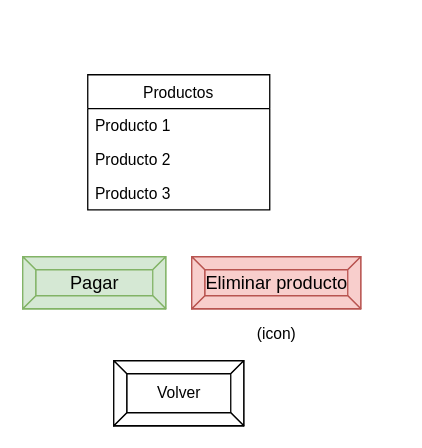
katacliny/practica keeps this draw.io diagram as page "PedidosUser" (3 of 9) of ListaCompra.drawio. Above is the earlier version. Source tidied: cells renumbered, new cells numbered last; positions are measured from the earlier drawing's top-left corner, leaving out a move shared by most shapes. Both pictures are drawn from the tidied source at 130%, with x=0, y=0 at pixel (22, 74).
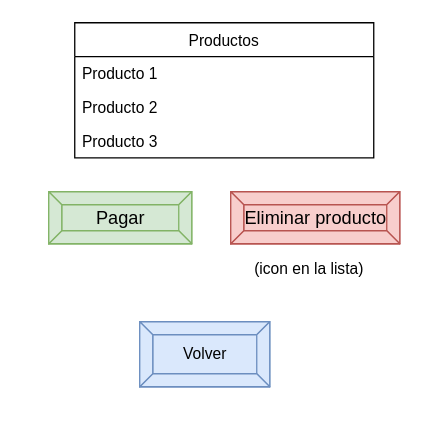
The same page after the edit.

Change to the diagram source:
```diff
@@
 <mxGraphModel>
   <root>
     <mxCell id="0" />
     <mxCell id="1" parent="0" />
     <mxCell id="2" value="Eliminar producto" style="labelPosition=center;verticalLabelPosition=middle;align=center;html=1;shape=mxgraph.basic.button;dx=10;fillColor=#f8cecc;strokeColor=#b85450;fontSize=14;" parent="1" vertex="1">
-      <mxGeometry x="130" y="140" width="130" height="40" as="geometry" />
+      <mxGeometry x="160" y="90" width="130" height="40" as="geometry" />
     </mxCell>
     <mxCell id="3" value="Pagar" style="labelPosition=center;verticalLabelPosition=middle;align=center;html=1;shape=mxgraph.basic.button;dx=10;fillColor=#d5e8d4;strokeColor=#82b366;fontSize=14;" parent="1" vertex="1">
-      <mxGeometry y="140" width="110" height="40" as="geometry" />
+      <mxGeometry x="20" y="90" width="110" height="40" as="geometry" />
     </mxCell>
     <mxCell id="4" value="Productos" style="swimlane;fontStyle=0;horizontal=1;startSize=26;fillColor=none;" parent="1" vertex="1">
-      <mxGeometry x="50" width="140" height="104" as="geometry" />
+      <mxGeometry x="40" y="-40" width="230" height="104" as="geometry" />
     </mxCell>
     <mxCell id="5" value="Producto 1" style="text;strokeColor=none;fillColor=none;align=left;verticalAlign=top;spacingLeft=4;spacingRight=4;overflow=hidden;" parent="4" vertex="1">
-      <mxGeometry y="26" width="140" height="26" as="geometry" />
+      <mxGeometry y="26" width="230" height="26" as="geometry" />
     </mxCell>
     <mxCell id="6" value="Producto 2" style="text;strokeColor=none;fillColor=none;align=left;verticalAlign=top;spacingLeft=4;spacingRight=4;overflow=hidden;" parent="4" vertex="1">
-      <mxGeometry y="52" width="140" height="26" as="geometry" />
+      <mxGeometry y="52" width="230" height="26" as="geometry" />
     </mxCell>
     <mxCell id="7" value="Producto 3" style="text;strokeColor=none;fillColor=none;align=left;verticalAlign=top;spacingLeft=4;spacingRight=4;overflow=hidden;" parent="4" vertex="1">
-      <mxGeometry y="78" width="140" height="26" as="geometry" />
+      <mxGeometry y="78" width="230" height="26" as="geometry" />
     </mxCell>
-    <mxCell id="8" value="(icon)" style="text;html=1;align=center;verticalAlign=middle;" parent="1" vertex="1">
-      <mxGeometry x="170" y="190" width="50" height="20" as="geometry" />
+    <mxCell id="8" value="(icon en la lista)" style="text;html=1;align=center;verticalAlign=middle;" parent="1" vertex="1">
+      <mxGeometry x="170" y="140" width="100" height="20" as="geometry" />
     </mxCell>
-    <mxCell id="9" value="Volver" style="labelPosition=center;verticalLabelPosition=middle;align=center;html=1;shape=mxgraph.basic.button;dx=10;" parent="1" vertex="1">
-      <mxGeometry x="70" y="220" width="100" height="50" as="geometry" />
+    <mxCell id="9" value="Volver" style="labelPosition=center;verticalLabelPosition=middle;align=center;html=1;shape=mxgraph.basic.button;dx=10;fillColor=#dae8fc;strokeColor=#6c8ebf;" parent="1" vertex="1">
+      <mxGeometry x="90" y="190" width="100" height="50" as="geometry" />
     </mxCell>
   </root>
 </mxGraphModel>
```
